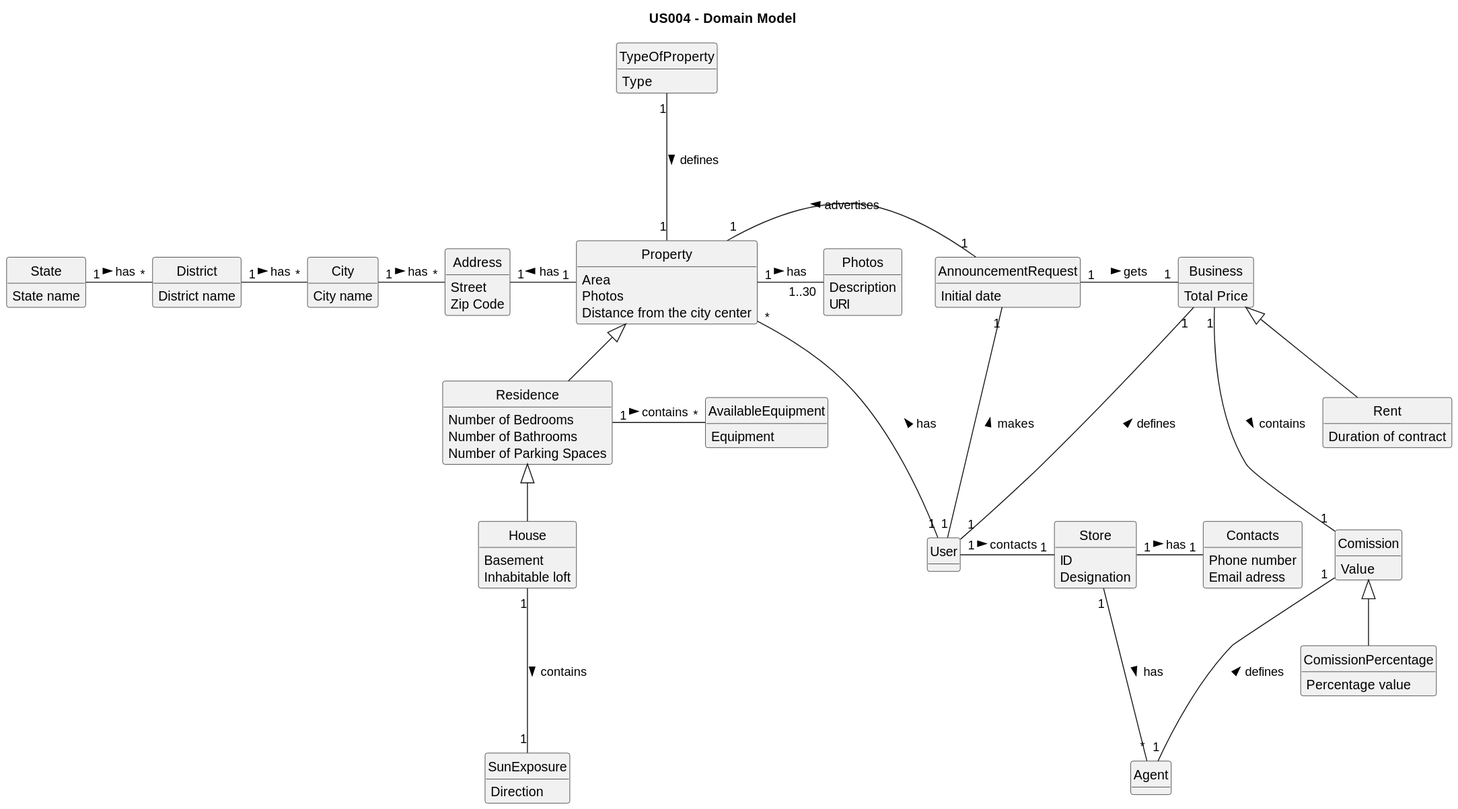
Before: docs/sprintB/US04/02.analysis/svg/us04-domain-model.svg, a diagram exported from PlantUML (PureNimble/ISEP-LAPR2).
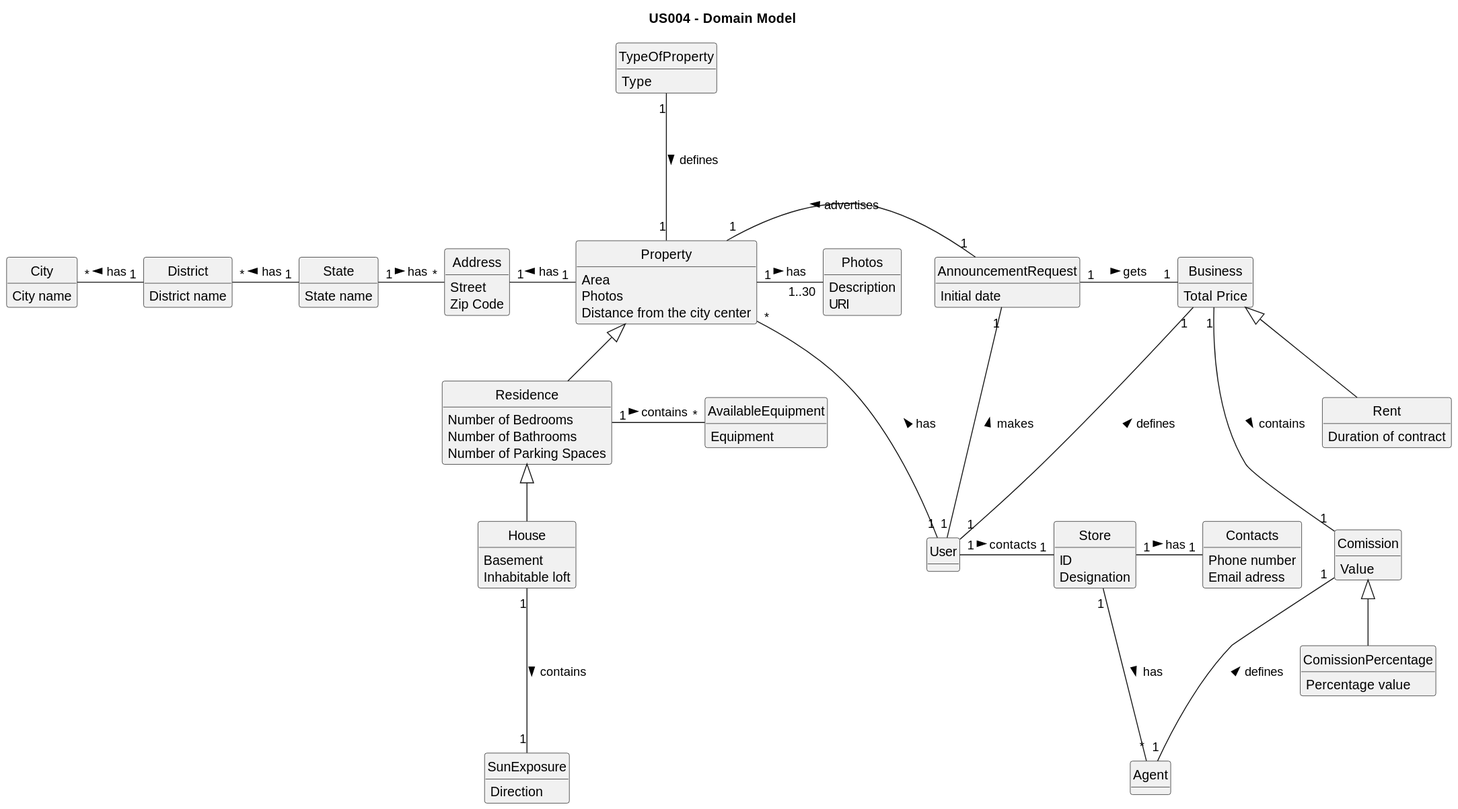
After the change.

What changed in the source:
```diff
@@ -141,9 +141,6 @@
 User "1" -down-- "*" Property: has >
 User "1" -right- "1" Store: contacts >
 Agent "*" -left-- "1" Store: has <
-Address "*" -left-- "1" City: has <
-State "1" -right-- "*" District: has >
-District "1" -right-- "*" City: has >
 AvailableEquipment "*" -left-- "1" Residence: contains <
 User "1" -up-- "1" Business: defines >
 Store "1" -right-- "1" Contacts: has >
@@ -156,4 +153,7 @@
 Business "1" -left-- "1" AnnouncementRequest: gets <
 AnnouncementRequest "1" -left-- "1" Property: advertises >
 TypeOfProperty "1" -down-- "1" Property: defines >
+State "1" -left-- "*" District: has >
+District "1" -left-- "*" City: has >
+Address "*" -left-- "1" State: has <
 @enduml
```
